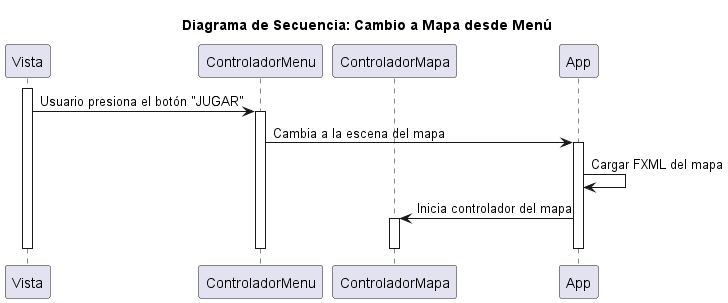
Before: doc/diagrama de secuencia menu a mapa.png, a diagram exported from PlantUML (FelipeAscencio/TP1_ParadigmasDeLaProgramacion).
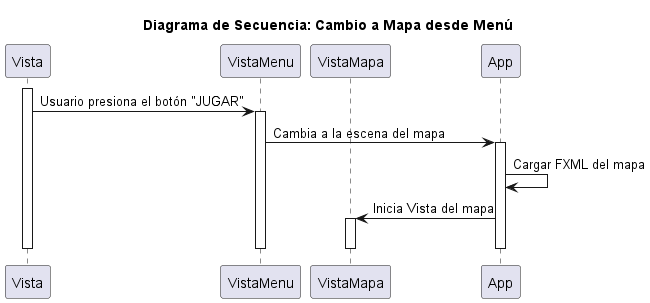
Above is the later version.

Commit message:
Cambio de nombres de "Controladores" a "Vista" 1/2

Diff of the diagram source:
```diff
@@ -3,21 +3,21 @@
 title Diagrama de Secuencia: Cambio a Mapa desde Menú
 
 participant Vista
-participant ControladorMenu
-participant ControladorMapa
+participant VistaMenu
+participant VistaMapa
 participant App
 
 activate Vista
-Vista -> ControladorMenu: Usuario presiona el botón "JUGAR"
-activate ControladorMenu
-ControladorMenu -> App: Cambia a la escena del mapa
+Vista -> VistaMenu: Usuario presiona el botón "JUGAR"
+activate VistaMenu
+VistaMenu -> App: Cambia a la escena del mapa
 activate App
 App -> App: Cargar FXML del mapa
-App -> ControladorMapa: Inicia controlador del mapa
-activate ControladorMapa
+App -> VistaMapa: Inicia Vista del mapa
+activate VistaMapa
 deactivate App
-deactivate ControladorMapa
-deactivate ControladorMenu
+deactivate VistaMapa
+deactivate VistaMenu
 deactivate Vista
 
 @enduml
```
